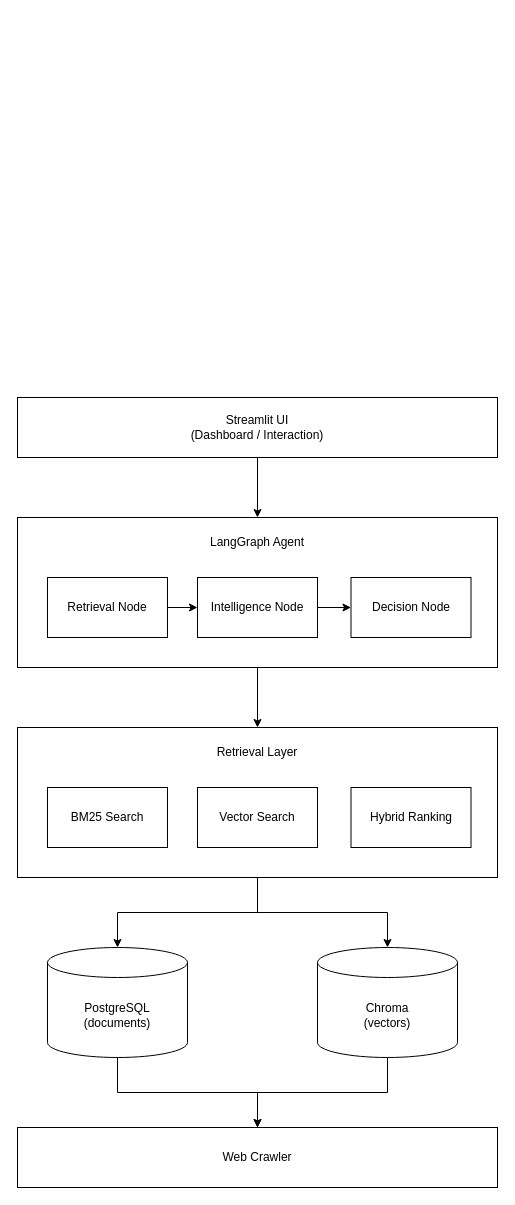
Before: docs/images/aiceo-system-architecture.drawio in SakigamiYang/srh-ai-ceo, a draw.io diagram. Source tidied: cells renumbered, new cells numbered last; positions are measured from the earlier drawing's top-left corner, leaving out a move shared by most shapes. Both pictures are drawn from the tidied source at 100%, with x=0, y=0 at pixel (17, 397).
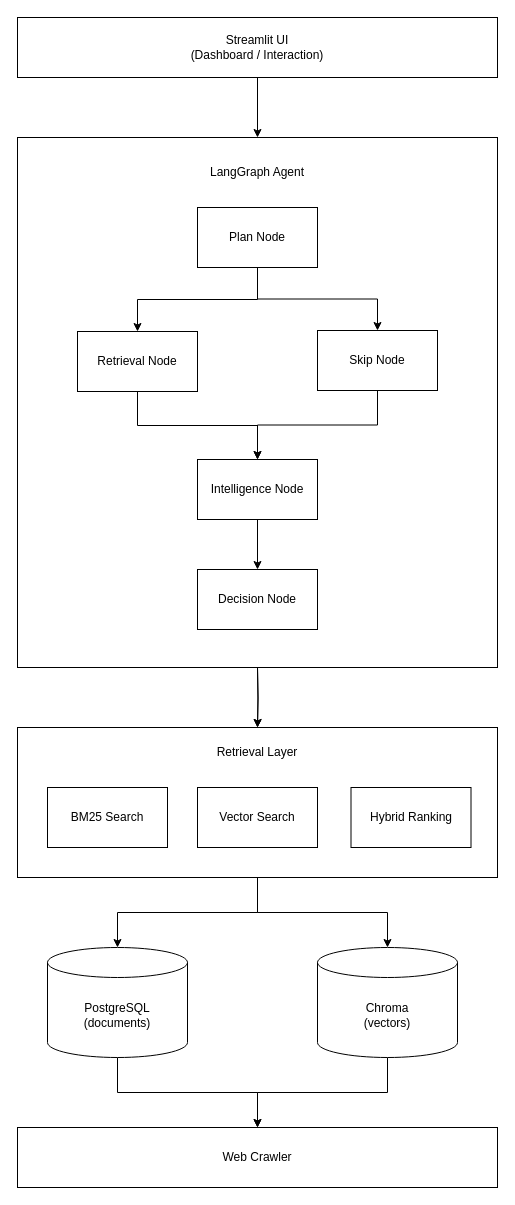
The same diagram, later.

The change refers to these unchanged cells:
```xml
<mxCell id="13" value="&lt;div&gt;Retrieval Layer&lt;/div&gt;&lt;div&gt;&lt;br&gt;&lt;/div&gt;&lt;div&gt;&lt;br&gt;&lt;/div&gt;&lt;div&gt;&lt;br&gt;&lt;/div&gt;&lt;div&gt;&lt;br&gt;&lt;/div&gt;&lt;div&gt;&lt;br&gt;&lt;/div&gt;&lt;div&gt;&lt;br&gt;&lt;/div&gt;&lt;div&gt;&lt;br&gt;&lt;/div&gt;" style="rounded=0;whiteSpace=wrap;html=1;" parent="1" vertex="1">
  <mxGeometry y="330" width="480" height="150" as="geometry" />
</mxCell>
```

The edit, as a diff of the source:
```diff
@@
     <mxCell id="3" value="Streamlit UI&lt;div&gt;(Dashboard / Interaction)&lt;/div&gt;" style="rounded=0;whiteSpace=wrap;html=1;" parent="1" vertex="1">
-      <mxGeometry width="480" height="60" as="geometry" />
+      <mxGeometry y="-380" width="480" height="60" as="geometry" />
     </mxCell>
-    <mxCell id="4" style="edgeStyle=orthogonalEdgeStyle;rounded=0;jettySize=auto;html=1;exitX=0.5;exitY=1;exitDx=0;exitDy=0;entryX=0.5;entryY=0;entryDx=0;entryDy=0;" parent="1" edge="1" source="5" target="13">
-      <mxGeometry relative="1" as="geometry" />
+    <mxCell id="4" style="edgeStyle=orthogonalEdgeStyle;rounded=0;jettySize=auto;html=1;exitX=0.5;exitY=1;exitDx=0;exitDy=0;entryX=0.5;entryY=0;entryDx=0;entryDy=0;" parent="1" edge="1" target="13">
+      <mxGeometry relative="1" as="geometry">
+        <mxPoint x="240" y="270" as="sourcePoint" />
+      </mxGeometry>
     </mxCell>
+    <mxCell id="22" style="edgeStyle=orthogonalEdgeStyle;rounded=0;jettySize=auto;html=1;exitX=0.5;exitY=1;exitDx=0;exitDy=0;" parent="1" edge="1" target="13">
+      <mxGeometry relative="1" as="geometry">
+        <mxPoint x="240" y="270" as="sourcePoint" />
+      </mxGeometry>
+    </mxCell>
-    <mxCell id="5" value="LangGraph Agent&lt;div&gt;&lt;br&gt;&lt;/div&gt;&lt;div&gt;&lt;br&gt;&lt;/div&gt;&lt;div&gt;&lt;br&gt;&lt;/div&gt;&lt;div&gt;&lt;br&gt;&lt;/div&gt;&lt;div&gt;&lt;br&gt;&lt;/div&gt;&lt;div&gt;&lt;br&gt;&lt;/div&gt;&lt;div&gt;&lt;br&gt;&lt;/div&gt;" style="rounded=0;whiteSpace=wrap;html=1;" parent="1" vertex="1">
-      <mxGeometry y="120" width="480" height="150" as="geometry" />
+    <mxCell id="5" value="LangGraph Agent&lt;div&gt;&lt;br&gt;&lt;/div&gt;&lt;div&gt;&lt;br&gt;&lt;/div&gt;&lt;div&gt;&lt;br&gt;&lt;/div&gt;&lt;div&gt;&lt;br&gt;&lt;/div&gt;&lt;div&gt;&lt;br&gt;&lt;/div&gt;&lt;div&gt;&lt;br&gt;&lt;/div&gt;&lt;div&gt;&lt;br&gt;&lt;/div&gt;&lt;div&gt;&lt;br&gt;&lt;/div&gt;&lt;div&gt;&lt;br&gt;&lt;/div&gt;&lt;div&gt;&lt;br&gt;&lt;/div&gt;&lt;div&gt;&lt;br&gt;&lt;/div&gt;&lt;div&gt;&lt;br&gt;&lt;/div&gt;&lt;div&gt;&lt;br&gt;&lt;/div&gt;&lt;div&gt;&lt;br&gt;&lt;/div&gt;&lt;div&gt;&lt;br&gt;&lt;/div&gt;&lt;div&gt;&lt;br&gt;&lt;/div&gt;&lt;div&gt;&lt;br&gt;&lt;/div&gt;&lt;div&gt;&lt;br&gt;&lt;/div&gt;&lt;div&gt;&lt;br&gt;&lt;/div&gt;&lt;div&gt;&lt;br&gt;&lt;/div&gt;&lt;div&gt;&lt;br&gt;&lt;/div&gt;&lt;div&gt;&lt;br&gt;&lt;/div&gt;&lt;div&gt;&lt;br&gt;&lt;/div&gt;&lt;div&gt;&lt;br&gt;&lt;/div&gt;&lt;div&gt;&lt;br&gt;&lt;/div&gt;&lt;div&gt;&lt;br&gt;&lt;/div&gt;&lt;div&gt;&lt;br&gt;&lt;/div&gt;&lt;div&gt;&lt;br&gt;&lt;/div&gt;&lt;div&gt;&lt;br&gt;&lt;/div&gt;&lt;div&gt;&lt;br&gt;&lt;/div&gt;&lt;div&gt;&lt;br&gt;&lt;/div&gt;&lt;div&gt;&lt;br&gt;&lt;/div&gt;" style="rounded=0;whiteSpace=wrap;html=1;" parent="1" vertex="1">
+      <mxGeometry y="-260" width="480" height="530" as="geometry" />
     </mxCell>
-    <mxCell id="6" style="edgeStyle=orthogonalEdgeStyle;rounded=0;jettySize=auto;html=1;exitX=1;exitY=0.5;exitDx=0;exitDy=0;entryX=0;entryY=0.5;entryDx=0;entryDy=0;" parent="1" edge="1" source="7" target="10">
+    <mxCell id="6" style="edgeStyle=orthogonalEdgeStyle;rounded=0;jettySize=auto;html=1;exitX=0.5;exitY=1;exitDx=0;exitDy=0;entryX=0.5;entryY=0;entryDx=0;entryDy=0;" parent="1" edge="1" source="7" target="10">
       <mxGeometry relative="1" as="geometry" />
     </mxCell>
     <mxCell id="7" value="Retrieval Node" style="rounded=0;whiteSpace=wrap;html=1;" parent="1" vertex="1">
-      <mxGeometry x="30" y="180" width="120" height="60" as="geometry" />
+      <mxGeometry x="60" y="-66" width="120" height="60" as="geometry" />
     </mxCell>
     <mxCell id="8" value="Decision Node" style="rounded=0;whiteSpace=wrap;html=1;" parent="1" vertex="1">
-      <mxGeometry x="333.5" y="180" width="120" height="60" as="geometry" />
+      <mxGeometry x="180" y="172" width="120" height="60" as="geometry" />
     </mxCell>
-    <mxCell id="9" style="edgeStyle=orthogonalEdgeStyle;rounded=0;jettySize=auto;html=1;exitX=1;exitY=0.5;exitDx=0;exitDy=0;entryX=0;entryY=0.5;entryDx=0;entryDy=0;" parent="1" edge="1" source="10" target="8">
+    <mxCell id="9" style="edgeStyle=orthogonalEdgeStyle;rounded=0;jettySize=auto;html=1;exitX=0.5;exitY=1;exitDx=0;exitDy=0;entryX=0.5;entryY=0;entryDx=0;entryDy=0;" parent="1" edge="1" source="10" target="8">
       <mxGeometry relative="1" as="geometry" />
     </mxCell>
     <mxCell id="10" value="Intelligence Node" style="rounded=0;whiteSpace=wrap;html=1;" parent="1" vertex="1">
-      <mxGeometry x="180" y="180" width="120" height="60" as="geometry" />
+      <mxGeometry x="180" y="62" width="120" height="60" as="geometry" />
     </mxCell>
@@
+    <mxCell id="23" style="edgeStyle=orthogonalEdgeStyle;rounded=0;jettySize=auto;html=1;exitX=0.5;exitY=1;exitDx=0;exitDy=0;entryX=0.5;entryY=0;entryDx=0;entryDy=0;" parent="1" edge="1" source="24" target="10">
+      <mxGeometry relative="1" as="geometry" />
+    </mxCell>
+    <mxCell id="24" value="Skip Node" style="rounded=0;whiteSpace=wrap;html=1;" parent="1" vertex="1">
+      <mxGeometry x="300" y="-67" width="120" height="60" as="geometry" />
+    </mxCell>
+    <mxCell id="25" style="edgeStyle=orthogonalEdgeStyle;rounded=0;jettySize=auto;html=1;exitX=0.5;exitY=1;exitDx=0;exitDy=0;entryX=0.5;entryY=0;entryDx=0;entryDy=0;" parent="1" edge="1" source="27" target="7">
+      <mxGeometry relative="1" as="geometry" />
+    </mxCell>
+    <mxCell id="26" style="edgeStyle=orthogonalEdgeStyle;rounded=0;jettySize=auto;html=1;exitX=0.5;exitY=1;exitDx=0;exitDy=0;entryX=0.5;entryY=0;entryDx=0;entryDy=0;" parent="1" edge="1" source="27" target="24">
+      <mxGeometry relative="1" as="geometry" />
+    </mxCell>
+    <mxCell id="27" value="Plan Node" style="rounded=0;whiteSpace=wrap;html=1;" parent="1" vertex="1">
+      <mxGeometry x="180" y="-190" width="120" height="60" as="geometry" />
+    </mxCell>
```
